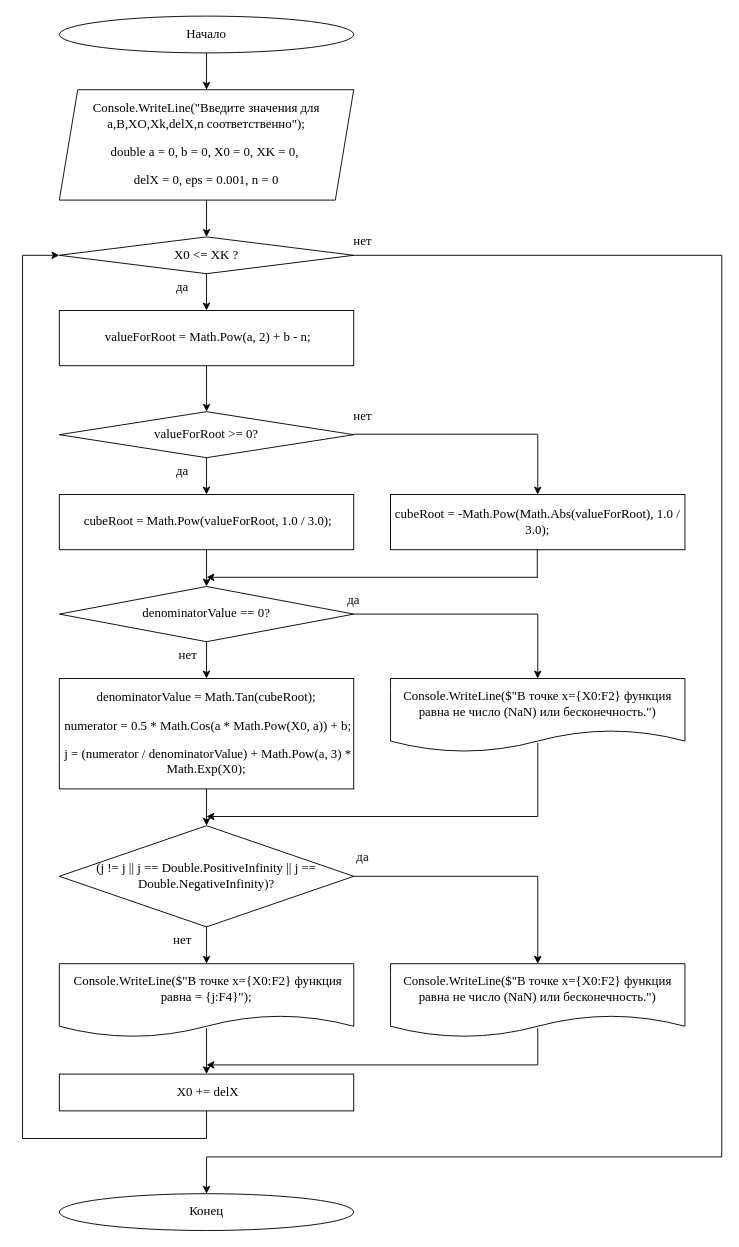
Dimag11/- keeps this draw.io diagram as Задание 7.drawio. Above is the earlier version. Source tidied: cells renumbered, new cells numbered last; positions are measured from the earlier drawing's top-left corner, leaving out a move shared by most shapes. Both pictures are drawn from the tidied source at 92%, with x=0, y=0 at pixel (22, 16).
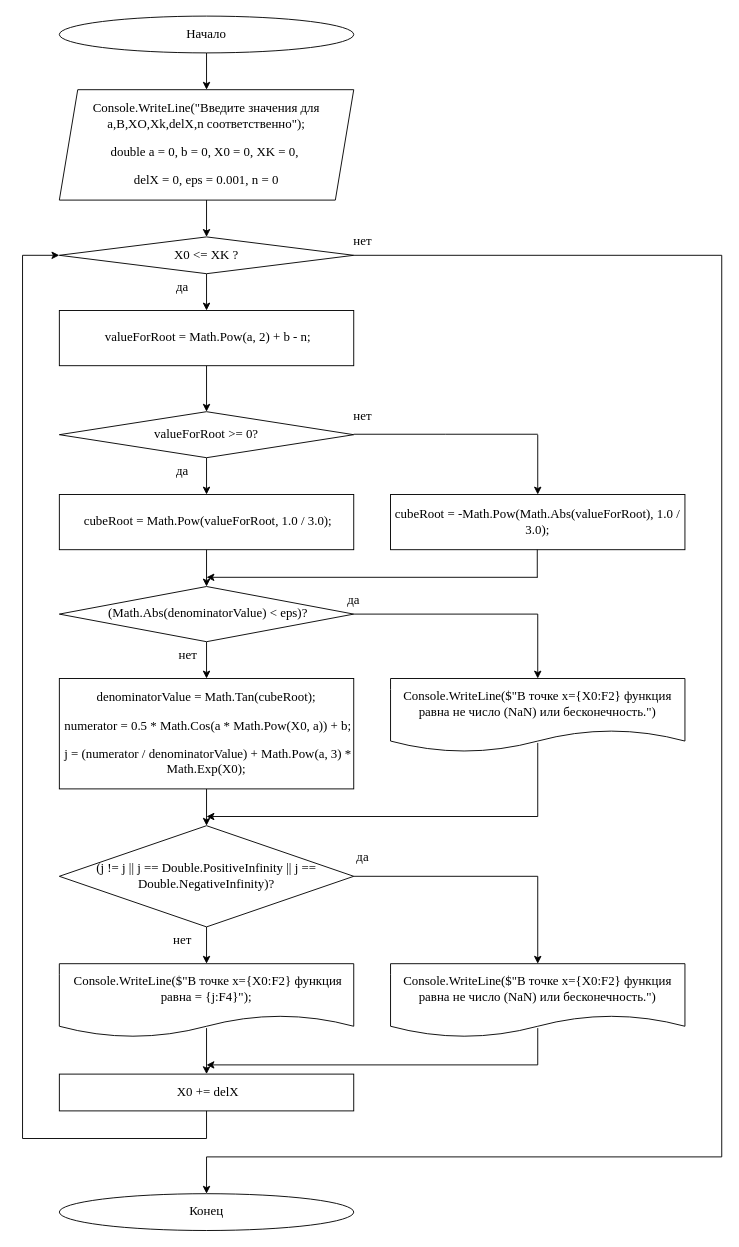
The same diagram, later.

The edit, as a diff of the source:
```diff
@@
-    <mxCell id="32" value="denominatorValue == 0?" style="rhombus;whiteSpace=wrap;html=1;fontFamily=Times New Roman;fontSize=14;" parent="1" vertex="1">
+    <mxCell id="32" value="&amp;nbsp;(Math.Abs(denominatorValue) &amp;lt; eps)?" style="rhombus;whiteSpace=wrap;html=1;fontFamily=Times New Roman;fontSize=14;" parent="1" vertex="1">
       <mxGeometry x="40" y="620" width="320" height="60" as="geometry" />
     </mxCell>
```
